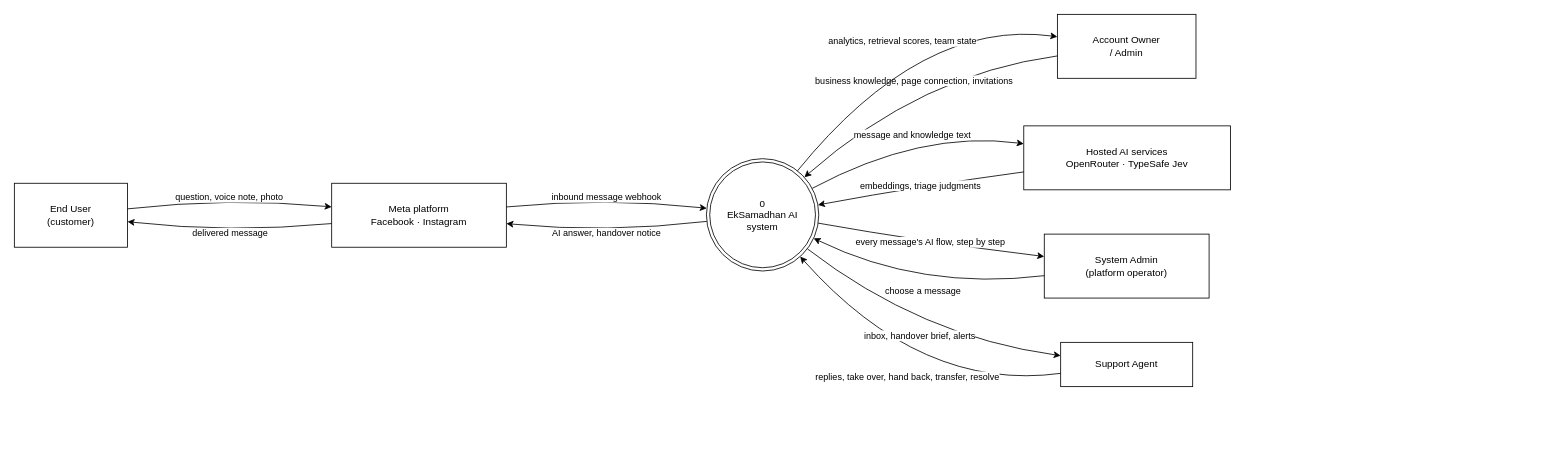
The draw.io diagram docs/system-design/draw.io/workflow-diagram/level-0-data-flow-diagram/level-0-data-flow-diagram.drawio in SayubShakya/eksamadhan-ai, before the edit. Source tidied: cells renumbered, new cells numbered last; positions are measured from the earlier drawing's top-left corner, leaving out a move shared by most shapes. Both pictures are drawn from the tidied source at 82%, with x=0, y=0 at pixel (14, 14).
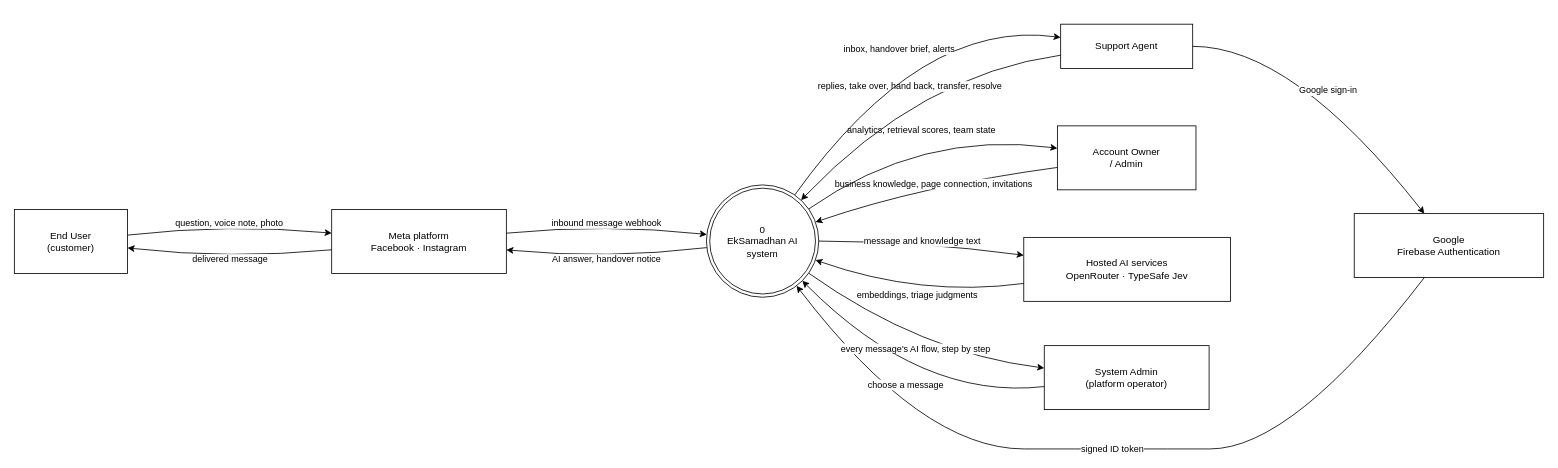
Above is the later version.

Change to the diagram source:
```diff
@@
     <mxCell id="2" value="End User&lt;br/&gt;(customer)" style="rounded=0;whiteSpace=wrap;html=1;" parent="1" vertex="1">
-      <mxGeometry y="206" width="138" height="78" as="geometry" />
+      <mxGeometry y="238" width="138" height="78" as="geometry" />
     </mxCell>
     <mxCell id="3" value="Support Agent" style="rounded=0;whiteSpace=wrap;html=1;" parent="1" vertex="1">
-      <mxGeometry x="1276" y="400" width="161" height="54" as="geometry" />
+      <mxGeometry x="1276" y="12" width="161" height="54" as="geometry" />
     </mxCell>
     <mxCell id="4" value="Account Owner&lt;br/&gt;/ Admin" style="rounded=0;whiteSpace=wrap;html=1;" parent="1" vertex="1">
-      <mxGeometry x="1272" width="169" height="78" as="geometry" />
+      <mxGeometry x="1272" y="136" width="169" height="78" as="geometry" />
     </mxCell>
     <mxCell id="5" value="Meta platform&lt;br/&gt;Facebook · Instagram" style="rounded=0;whiteSpace=wrap;html=1;" parent="1" vertex="1">
-      <mxGeometry x="387" y="206" width="213" height="78" as="geometry" />
+      <mxGeometry x="387" y="238" width="213" height="78" as="geometry" />
     </mxCell>
     <mxCell id="6" value="Hosted AI services&lt;br/&gt;OpenRouter · TypeSafe Jev" style="rounded=0;whiteSpace=wrap;html=1;" parent="1" vertex="1">
-      <mxGeometry x="1231" y="136" width="252" height="78" as="geometry" />
+      <mxGeometry x="1231" y="272" width="252" height="78" as="geometry" />
     </mxCell>
     <mxCell id="7" value="System Admin&lt;br/&gt;(platform operator)" style="rounded=0;whiteSpace=wrap;html=1;" parent="1" vertex="1">
-      <mxGeometry x="1256" y="268" width="201" height="78" as="geometry" />
+      <mxGeometry x="1256" y="404" width="201" height="78" as="geometry" />
     </mxCell>
+    <mxCell id="21" value="Google&lt;br/&gt;Firebase Authentication" style="rounded=0;whiteSpace=wrap;html=1;" parent="1" vertex="1">
+      <mxGeometry x="1634" y="243" width="231" height="78" as="geometry" />
+    </mxCell>
     <mxCell id="8" value="0&lt;br/&gt;EkSamadhan AI&lt;br/&gt;system" style="ellipse;shape=doubleEllipse;whiteSpace=wrap;html=1;" parent="1" vertex="1">
-      <mxGeometry x="844" y="176" width="137" height="137" as="geometry" />
+      <mxGeometry x="844" y="208" width="137" height="137" as="geometry" />
     </mxCell>
     <mxCell id="9" value="question, voice note, photo" style="edgeStyle=none;curved=1;html=1;exitX=1.00;exitY=0.40;exitDx=0;exitDy=0;entryX=0.00;entryY=0.37;entryDx=0;entryDy=0;labelBackgroundColor=#FFFFFF;fontSize=11;" parent="1" edge="1" source="2" target="5">
       <mxGeometry relative="1" as="geometry">
         <Array as="points">
-          <mxPoint x="262" y="223" />
+          <mxPoint x="262" y="255" />
         </Array>
       </mxGeometry>
     </mxCell>
     <mxCell id="10" value="inbound message webhook" style="edgeStyle=none;curved=1;html=1;exitX=1.00;exitY=0.37;exitDx=0;exitDy=0;entryX=0.00;entryY=0.44;entryDx=0;entryDy=0;labelBackgroundColor=#FFFFFF;fontSize=11;" parent="1" edge="1" source="5" target="8">
       <mxGeometry relative="1" as="geometry">
         <Array as="points">
-          <mxPoint x="722" y="223" />
+          <mxPoint x="722" y="255" />
         </Array>
       </mxGeometry>
     </mxCell>
     <mxCell id="11" value="AI answer, handover notice" style="edgeStyle=none;curved=1;html=1;exitX=0.00;exitY=0.56;exitDx=0;exitDy=0;entryX=1.00;entryY=0.63;entryDx=0;entryDy=0;labelBackgroundColor=#FFFFFF;fontSize=11;" parent="1" edge="1" source="8" target="5">
       <mxGeometry relative="1" as="geometry">
         <Array as="points">
-          <mxPoint x="722" y="267" />
+          <mxPoint x="722" y="299" />
         </Array>
       </mxGeometry>
     </mxCell>
     <mxCell id="12" value="delivered message" style="edgeStyle=none;curved=1;html=1;exitX=0.00;exitY=0.63;exitDx=0;exitDy=0;entryX=1.00;entryY=0.60;entryDx=0;entryDy=0;labelBackgroundColor=#FFFFFF;fontSize=11;" parent="1" edge="1" source="5" target="2">
       <mxGeometry relative="1" as="geometry">
         <Array as="points">
-          <mxPoint x="262" y="267" />
+          <mxPoint x="262" y="299" />
         </Array>
       </mxGeometry>
     </mxCell>
-    <mxCell id="13" value="business knowledge, page connection, invitations" style="edgeStyle=none;curved=1;html=1;exitX=0.00;exitY=0.65;exitDx=0;exitDy=0;entryX=0.87;entryY=0.17;entryDx=0;entryDy=0;labelBackgroundColor=#FFFFFF;fontSize=11;" parent="1" edge="1" source="4" target="8">
+    <mxCell id="13" value="business knowledge, page connection, invitations" style="edgeStyle=none;curved=1;html=1;exitX=0.00;exitY=0.65;exitDx=0;exitDy=0;entryX=0.97;entryY=0.33;entryDx=0;entryDy=0;labelBackgroundColor=#FFFFFF;fontSize=11;" parent="1" edge="1" source="4" target="8">
       <mxGeometry relative="1" as="geometry">
         <Array as="points">
-          <mxPoint x="1106" y="73" />
+          <mxPoint x="1106" y="209" />
         </Array>
       </mxGeometry>
     </mxCell>
-    <mxCell id="14" value="analytics, retrieval scores, team state" style="edgeStyle=none;curved=1;html=1;exitX=0.81;exitY=0.11;exitDx=0;exitDy=0;entryX=0.00;entryY=0.35;entryDx=0;entryDy=0;labelBackgroundColor=#FFFFFF;fontSize=11;" parent="1" edge="1" source="8" target="4">
+    <mxCell id="14" value="analytics, retrieval scores, team state" style="edgeStyle=none;curved=1;html=1;exitX=0.91;exitY=0.21;exitDx=0;exitDy=0;entryX=0.00;entryY=0.35;entryDx=0;entryDy=0;labelBackgroundColor=#FFFFFF;fontSize=11;" parent="1" edge="1" source="8" target="4">
       <mxGeometry relative="1" as="geometry">
         <Array as="points">
-          <mxPoint x="1106" y="5" />
+          <mxPoint x="1106" y="141" />
         </Array>
       </mxGeometry>
     </mxCell>
-    <mxCell id="15" value="replies, take over, hand back, transfer, resolve" style="edgeStyle=none;curved=1;html=1;exitX=0.00;exitY=0.70;exitDx=0;exitDy=0;entryX=0.83;entryY=0.87;entryDx=0;entryDy=0;labelBackgroundColor=#FFFFFF;fontSize=11;" parent="1" edge="1" source="3" target="8">
+    <mxCell id="15" value="replies, take over, hand back, transfer, resolve" style="edgeStyle=none;curved=1;html=1;exitX=0.00;exitY=0.70;exitDx=0;exitDy=0;entryX=0.84;entryY=0.14;entryDx=0;entryDy=0;labelBackgroundColor=#FFFFFF;fontSize=11;" parent="1" edge="1" source="3" target="8">
       <mxGeometry relative="1" as="geometry">
         <Array as="points">
-          <mxPoint x="1106" y="461" />
+          <mxPoint x="1106" y="73" />
         </Array>
       </mxGeometry>
     </mxCell>
-    <mxCell id="16" value="message and knowledge text" style="edgeStyle=none;curved=1;html=1;exitX=0.94;exitY=0.26;exitDx=0;exitDy=0;entryX=0.00;entryY=0.28;entryDx=0;entryDy=0;labelBackgroundColor=#FFFFFF;fontSize=11;" parent="1" edge="1" source="8" target="6">
+    <mxCell id="16" value="message and knowledge text" style="edgeStyle=none;curved=1;html=1;exitX=1.00;exitY=0.50;exitDx=0;exitDy=0;entryX=0.00;entryY=0.28;entryDx=0;entryDy=0;labelBackgroundColor=#FFFFFF;fontSize=11;" parent="1" edge="1" source="8" target="6">
       <mxGeometry relative="1" as="geometry">
         <Array as="points">
-          <mxPoint x="1106" y="141" />
+          <mxPoint x="1106" y="277" />
         </Array>
       </mxGeometry>
     </mxCell>
-    <mxCell id="17" value="embeddings, triage judgments" style="edgeStyle=none;curved=1;html=1;exitX=0.00;exitY=0.72;exitDx=0;exitDy=0;entryX=0.99;entryY=0.41;entryDx=0;entryDy=0;labelBackgroundColor=#FFFFFF;fontSize=11;" parent="1" edge="1" source="6" target="8">
+    <mxCell id="17" value="embeddings, triage judgments" style="edgeStyle=none;curved=1;html=1;exitX=0.00;exitY=0.72;exitDx=0;exitDy=0;entryX=0.97;entryY=0.67;entryDx=0;entryDy=0;labelBackgroundColor=#FFFFFF;fontSize=11;" parent="1" edge="1" source="6" target="8">
       <mxGeometry relative="1" as="geometry">
         <Array as="points">
-          <mxPoint x="1106" y="209" />
+          <mxPoint x="1106" y="345" />
         </Array>
       </mxGeometry>
     </mxCell>
-    <mxCell id="18" value="choose a message" style="edgeStyle=none;curved=1;html=1;exitX=0.00;exitY=0.65;exitDx=0;exitDy=0;entryX=0.95;entryY=0.71;entryDx=0;entryDy=0;labelBackgroundColor=#FFFFFF;fontSize=11;" parent="1" edge="1" source="7" target="8">
+    <mxCell id="18" value="Google sign-in" style="edgeStyle=none;curved=1;html=1;exitX=1.00;exitY=0.50;exitDx=0;exitDy=0;entryX=0.37;entryY=0.00;entryDx=0;entryDy=0;labelBackgroundColor=#FFFFFF;fontSize=11;" parent="1" edge="1" source="3" target="21">
       <mxGeometry relative="1" as="geometry">
         <Array as="points">
-          <mxPoint x="1106" y="337" />
+          <mxPoint x="1559" y="39" />
         </Array>
       </mxGeometry>
     </mxCell>
-    <mxCell id="19" value="every message's AI flow, step by step" style="edgeStyle=none;curved=1;html=1;exitX=0.99;exitY=0.58;exitDx=0;exitDy=0;entryX=0.00;entryY=0.35;entryDx=0;entryDy=0;labelBackgroundColor=#FFFFFF;fontSize=11;" parent="1" edge="1" source="8" target="7">
+    <mxCell id="19" value="signed ID token" style="edgeStyle=none;curved=1;html=1;exitX=0.37;exitY=1.00;exitDx=0;exitDy=0;entryX=0.80;entryY=0.90;entryDx=0;entryDy=0;labelBackgroundColor=#FFFFFF;fontSize=11;" parent="1" edge="1" source="21" target="8">
       <mxGeometry relative="1" as="geometry">
         <Array as="points">
-          <mxPoint x="1106" y="277" />
+          <mxPoint x="1559" y="530" />
+          <mxPoint x="1357" y="530" />
+          <mxPoint x="1106" y="530" />
         </Array>
       </mxGeometry>
     </mxCell>
-    <mxCell id="20" value="inbox, handover brief, alerts" style="edgeStyle=none;curved=1;html=1;exitX=0.90;exitY=0.80;exitDx=0;exitDy=0;entryX=0.00;entryY=0.30;entryDx=0;entryDy=0;labelBackgroundColor=#FFFFFF;fontSize=11;" parent="1" edge="1" source="8" target="3">
+    <mxCell id="20" value="choose a message" style="edgeStyle=none;curved=1;html=1;exitX=0.00;exitY=0.64;exitDx=0;exitDy=0;entryX=0.85;entryY=0.85;entryDx=0;entryDy=0;labelBackgroundColor=#FFFFFF;fontSize=11;" parent="1" edge="1" source="7" target="8">
       <mxGeometry relative="1" as="geometry">
         <Array as="points">
-          <mxPoint x="1106" y="393" />
+          <mxPoint x="1106" y="471" />
         </Array>
       </mxGeometry>
     </mxCell>
+    <mxCell id="22" value="every message's AI flow, step by step" style="edgeStyle=none;curved=1;html=1;exitX=0.91;exitY=0.79;exitDx=0;exitDy=0;entryX=0.00;entryY=0.35;entryDx=0;entryDy=0;labelBackgroundColor=#FFFFFF;fontSize=11;" parent="1" edge="1" source="8" target="7">
+      <mxGeometry relative="1" as="geometry">
+        <Array as="points">
+          <mxPoint x="1106" y="413" />
+        </Array>
+      </mxGeometry>
+    </mxCell>
+    <mxCell id="23" value="inbox, handover brief, alerts" style="edgeStyle=none;curved=1;html=1;exitX=0.79;exitY=0.09;exitDx=0;exitDy=0;entryX=0.00;entryY=0.30;entryDx=0;entryDy=0;labelBackgroundColor=#FFFFFF;fontSize=11;" parent="1" edge="1" source="8" target="3">
+      <mxGeometry relative="1" as="geometry">
+        <Array as="points">
+          <mxPoint x="1106" y="5" />
+        </Array>
+      </mxGeometry>
+    </mxCell>
```
